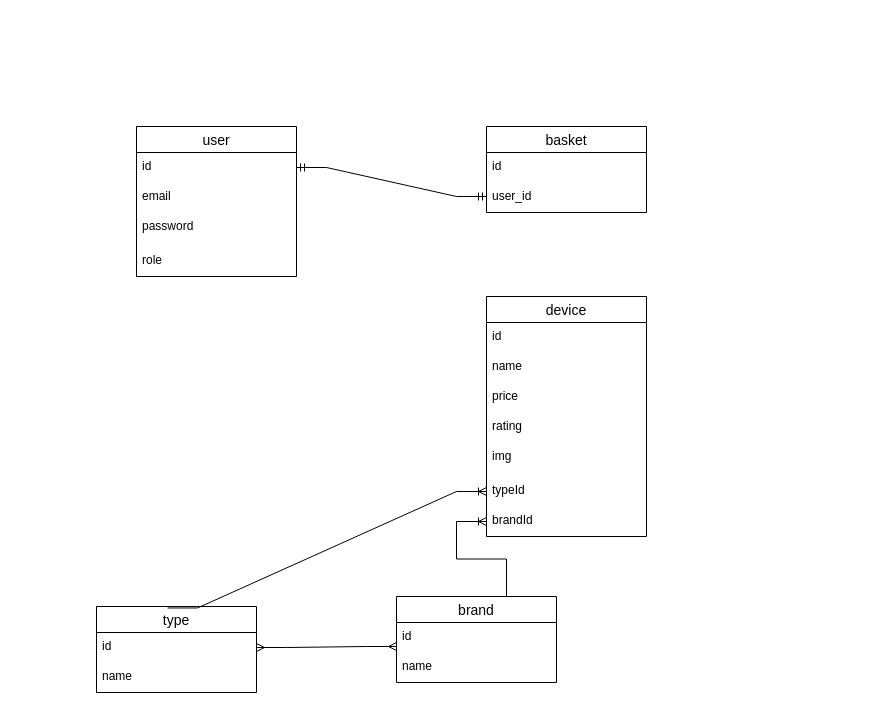
Above: postgres/Untitled Diagram.drawio in iusmanof/diagrams (draw.io), before the change. Source tidied: cells renumbered, new cells numbered last; positions are measured from the earlier drawing's top-left corner, leaving out a move shared by most shapes. Both pictures are drawn from the tidied source at 100%, with x=0, y=0 at pixel (96, 126).
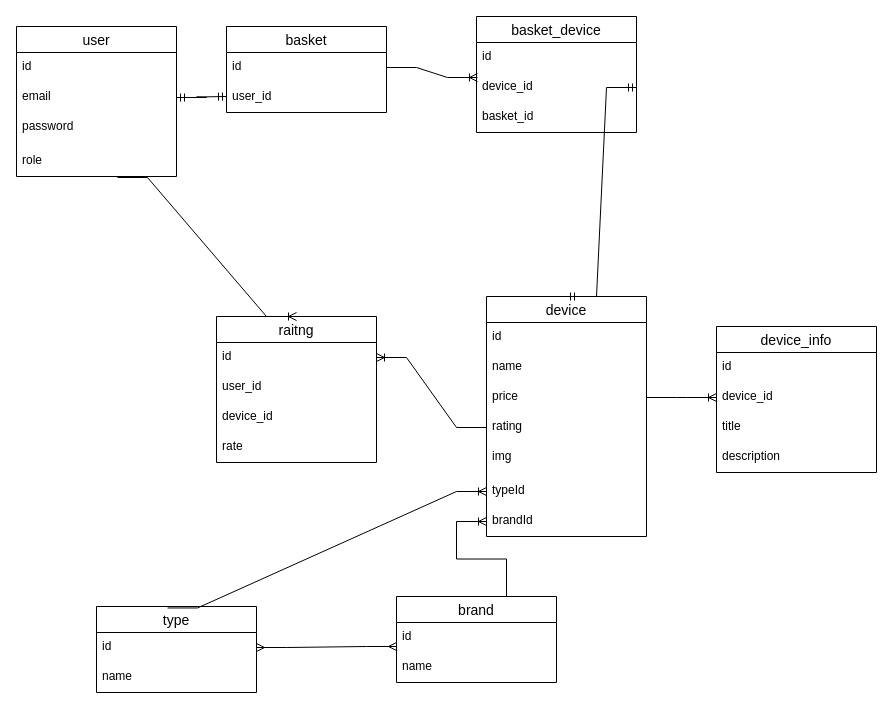
After the change.

The change refers to these unchanged cells:
```xml
<mxCell id="3" value="id    " style="text;strokeColor=none;fillColor=none;spacingLeft=4;spacingRight=4;overflow=hidden;points=[[0,0.5],[1,0.5]];portConstraint=eastwest;fontSize=12;" parent="2" vertex="1">
  <mxGeometry y="26" width="160" height="30" as="geometry" />
</mxCell>
<mxCell id="4" value="email    " style="text;strokeColor=none;fillColor=none;spacingLeft=4;spacingRight=4;overflow=hidden;points=[[0,0.5],[1,0.5]];portConstraint=eastwest;fontSize=12;" parent="2" vertex="1">
  <mxGeometry y="56" width="160" height="30" as="geometry" />
</mxCell>
<mxCell id="6" value="role" style="text;strokeColor=none;fillColor=none;spacingLeft=4;spacingRight=4;overflow=hidden;points=[[0,0.5],[1,0.5]];portConstraint=eastwest;fontSize=12;" parent="2" vertex="1">
  <mxGeometry y="120" width="160" height="30" as="geometry" />
</mxCell>
<mxCell id="8" value="id    " style="text;strokeColor=none;fillColor=none;spacingLeft=4;spacingRight=4;overflow=hidden;points=[[0,0.5],[1,0.5]];portConstraint=eastwest;fontSize=12;" parent="7" vertex="1">
  <mxGeometry y="26" width="160" height="30" as="geometry" />
</mxCell>
<mxCell id="11" value="device" style="swimlane;fontStyle=0;horizontal=1;startSize=26;align=center;fontSize=14;" parent="1" vertex="1">
  <mxGeometry x="390" y="170" width="160" height="240" as="geometry" />
</mxCell>
<mxCell id="14" value="price" style="text;strokeColor=none;fillColor=none;spacingLeft=4;spacingRight=4;overflow=hidden;points=[[0,0.5],[1,0.5]];portConstraint=eastwest;fontSize=12;" parent="11" vertex="1">
  <mxGeometry y="86" width="160" height="30" as="geometry" />
</mxCell>
<mxCell id="15" value="rating" style="text;strokeColor=none;fillColor=none;spacingLeft=4;spacingRight=4;overflow=hidden;points=[[0,0.5],[1,0.5]];portConstraint=eastwest;fontSize=12;" parent="11" vertex="1">
  <mxGeometry y="116" width="160" height="30" as="geometry" />
</mxCell>
```

The edit, as a diff of the source:
```diff
@@
     <mxCell id="2" value="user" style="swimlane;fontStyle=0;horizontal=1;startSize=26;align=center;fontSize=14;" parent="1" vertex="1">
-      <mxGeometry x="40" width="160" height="150" as="geometry" />
+      <mxGeometry x="-80" y="-100" width="160" height="150" as="geometry" />
     </mxCell>
@@
     <mxCell id="7" value="basket" style="swimlane;fontStyle=0;horizontal=1;startSize=26;align=center;fontSize=14;" parent="1" vertex="1">
-      <mxGeometry x="390" width="160" height="86" as="geometry" />
+      <mxGeometry x="130" y="-100" width="160" height="86" as="geometry" />
     </mxCell>
@@
-    <mxCell id="9" style="edgeStyle=entityRelationEdgeStyle;fontSize=12;html=1;endArrow=ERmandOne;startArrow=ERmandOne;rounded=0;exitX=1;exitY=0.5;exitDx=0;exitDy=0;" parent="7" edge="1" source="3">
+    <mxCell id="9" style="edgeStyle=entityRelationEdgeStyle;fontSize=12;html=1;endArrow=ERmandOne;startArrow=ERmandOne;rounded=0;exitX=1;exitY=0.5;exitDx=0;exitDy=0;" parent="7" edge="1" source="4">
       <mxGeometry relative="1" as="geometry">
         <mxPoint y="70" as="targetPoint" />
       </mxGeometry>
     </mxCell>
@@
+    <mxCell id="28" value="device_info" style="swimlane;fontStyle=0;horizontal=1;startSize=26;align=center;fontSize=14;" parent="1" vertex="1">
+      <mxGeometry x="620" y="200" width="160" height="146" as="geometry" />
+    </mxCell>
+    <mxCell id="29" value="id" style="text;strokeColor=none;fillColor=none;spacingLeft=4;spacingRight=4;overflow=hidden;fontSize=12;" parent="28" vertex="1">
+      <mxGeometry y="26" width="160" height="30" as="geometry" />
+    </mxCell>
+    <mxCell id="30" value="device_id" style="text;strokeColor=none;fillColor=none;spacingLeft=4;spacingRight=4;overflow=hidden;points=[[0,0.5],[1,0.5]];portConstraint=eastwest;fontSize=12;" parent="28" vertex="1">
+      <mxGeometry y="56" width="160" height="30" as="geometry" />
+    </mxCell>
+    <mxCell id="31" value="title" style="text;strokeColor=none;fillColor=none;spacingLeft=4;spacingRight=4;overflow=hidden;fontSize=12;" parent="28" vertex="1">
+      <mxGeometry y="86" width="160" height="30" as="geometry" />
+    </mxCell>
+    <mxCell id="32" value="description" style="text;strokeColor=none;fillColor=none;spacingLeft=4;spacingRight=4;overflow=hidden;fontSize=12;" parent="28" vertex="1">
+      <mxGeometry y="116" width="160" height="30" as="geometry" />
+    </mxCell>
+    <mxCell id="33" value="basket_device" style="swimlane;fontStyle=0;horizontal=1;startSize=26;align=center;fontSize=14;" parent="1" vertex="1">
+      <mxGeometry x="380" y="-110" width="160" height="116" as="geometry" />
+    </mxCell>
+    <mxCell id="34" value="id" style="text;strokeColor=none;fillColor=none;spacingLeft=4;spacingRight=4;overflow=hidden;fontSize=12;" parent="33" vertex="1">
+      <mxGeometry y="26" width="160" height="30" as="geometry" />
+    </mxCell>
+    <mxCell id="35" value="device_id" style="text;strokeColor=none;fillColor=none;spacingLeft=4;spacingRight=4;overflow=hidden;points=[[0,0.5],[1,0.5]];portConstraint=eastwest;fontSize=12;" parent="33" vertex="1">
+      <mxGeometry y="56" width="160" height="30" as="geometry" />
+    </mxCell>
+    <mxCell id="36" value="basket_id&#10;" style="text;strokeColor=none;fillColor=none;spacingLeft=4;spacingRight=4;overflow=hidden;fontSize=12;" parent="33" vertex="1">
+      <mxGeometry y="86" width="160" height="30" as="geometry" />
+    </mxCell>
+    <mxCell id="37" style="edgeStyle=entityRelationEdgeStyle;fontSize=12;html=1;endArrow=ERoneToMany;rounded=0;entryX=0.006;entryY=0.167;entryDx=0;entryDy=0;entryPerimeter=0;exitX=1;exitY=0.5;exitDx=0;exitDy=0;" parent="1" edge="1" source="8" target="35">
+      <mxGeometry relative="1" as="geometry" />
+    </mxCell>
+    <mxCell id="38" style="edgeStyle=entityRelationEdgeStyle;fontSize=12;html=1;endArrow=ERmandOne;startArrow=ERmandOne;rounded=0;entryX=1;entryY=0.5;entryDx=0;entryDy=0;exitX=0.5;exitY=0;exitDx=0;exitDy=0;" parent="1" edge="1" source="11" target="35">
+      <mxGeometry relative="1" as="geometry" />
+    </mxCell>
+    <mxCell id="39" style="edgeStyle=entityRelationEdgeStyle;fontSize=12;html=1;endArrow=ERoneToMany;rounded=0;exitX=1;exitY=0.5;exitDx=0;exitDy=0;entryX=0;entryY=0.5;entryDx=0;entryDy=0;" parent="1" edge="1" source="14" target="30">
+      <mxGeometry relative="1" as="geometry" />
+    </mxCell>
+    <mxCell id="40" value="raitng" style="swimlane;fontStyle=0;horizontal=1;startSize=26;align=center;fontSize=14;" parent="1" vertex="1">
+      <mxGeometry x="120" y="190" width="160" height="146" as="geometry" />
+    </mxCell>
+    <mxCell id="41" value="id" style="text;strokeColor=none;fillColor=none;spacingLeft=4;spacingRight=4;overflow=hidden;points=[[0,0.5],[1,0.5]];portConstraint=eastwest;fontSize=12;" parent="40" vertex="1">
+      <mxGeometry y="26" width="160" height="30" as="geometry" />
+    </mxCell>
+    <mxCell id="42" value="user_id    " style="text;strokeColor=none;fillColor=none;spacingLeft=4;spacingRight=4;overflow=hidden;fontSize=12;" parent="40" vertex="1">
+      <mxGeometry y="56" width="160" height="30" as="geometry" />
+    </mxCell>
+    <mxCell id="43" value="device_id" style="text;strokeColor=none;fillColor=none;spacingLeft=4;spacingRight=4;overflow=hidden;fontSize=12;" parent="40" vertex="1">
+      <mxGeometry y="86" width="160" height="30" as="geometry" />
+    </mxCell>
+    <mxCell id="44" value="rate" style="text;strokeColor=none;fillColor=none;spacingLeft=4;spacingRight=4;overflow=hidden;fontSize=12;" parent="40" vertex="1">
+      <mxGeometry y="116" width="160" height="30" as="geometry" />
+    </mxCell>
+    <mxCell id="45" style="edgeStyle=entityRelationEdgeStyle;fontSize=12;html=1;endArrow=ERoneToMany;rounded=0;exitX=0.631;exitY=1.033;exitDx=0;exitDy=0;exitPerimeter=0;entryX=0.5;entryY=0;entryDx=0;entryDy=0;" parent="1" edge="1" source="6" target="40">
+      <mxGeometry relative="1" as="geometry" />
+    </mxCell>
+    <mxCell id="46" style="edgeStyle=entityRelationEdgeStyle;fontSize=12;html=1;endArrow=ERoneToMany;rounded=0;entryX=1;entryY=0.5;entryDx=0;entryDy=0;exitX=0;exitY=0.5;exitDx=0;exitDy=0;" parent="1" edge="1" source="15" target="41">
+      <mxGeometry relative="1" as="geometry" />
+    </mxCell>
```
